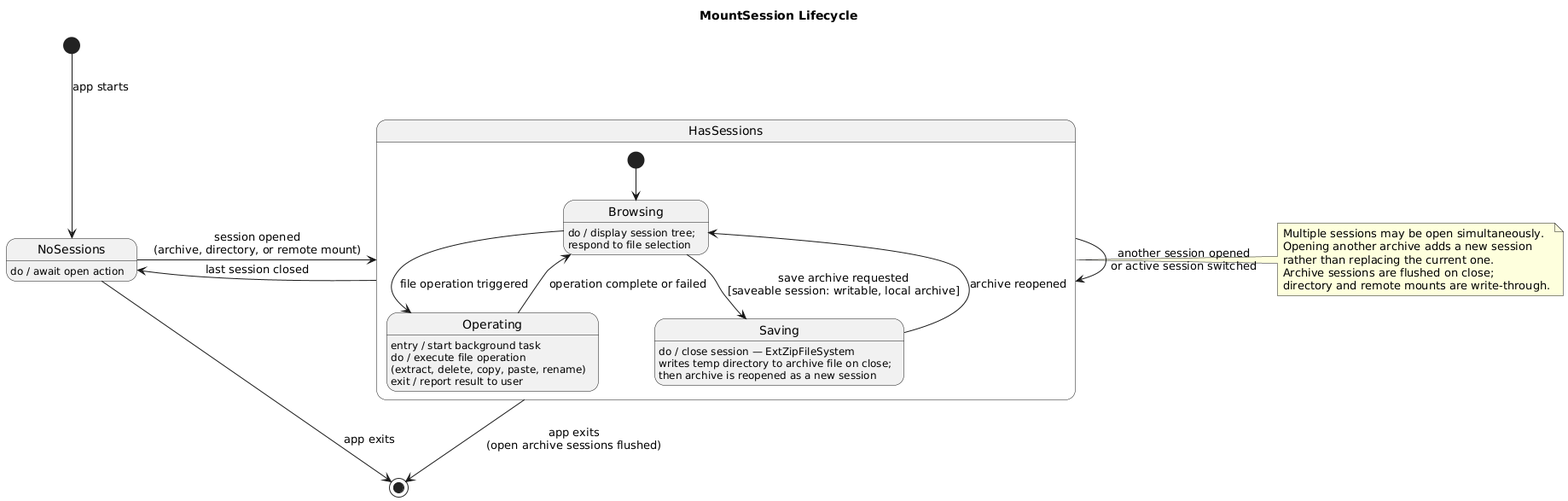
Earlier version of the PlantUML export docs/rendered/state-diagram-archive-lifecycle.png (nikhilr612/weefs).
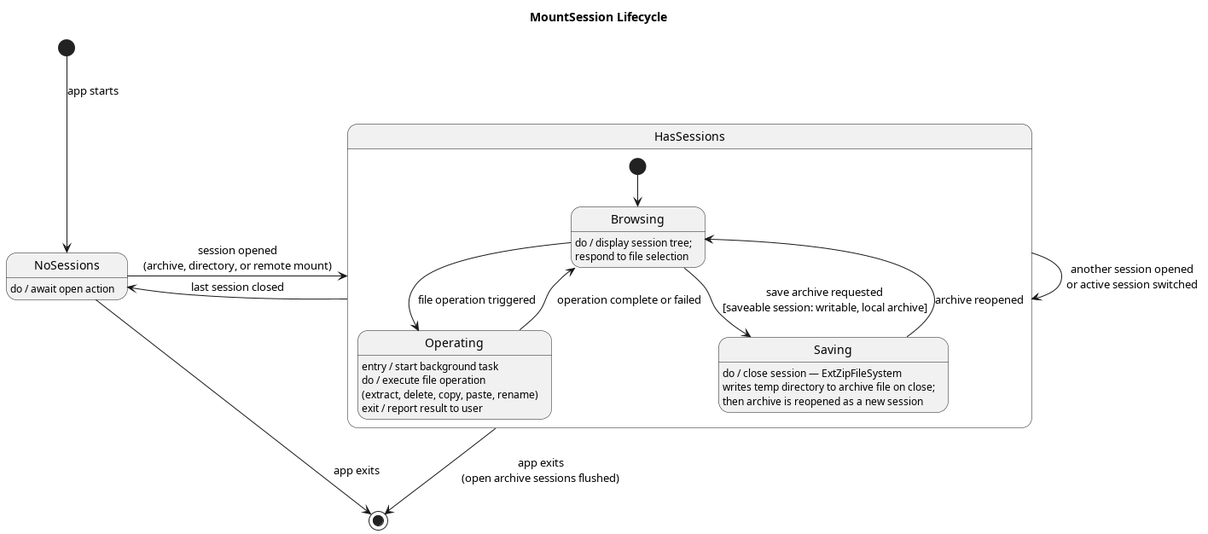
After the commit.

What changed in the source:
```diff
@@ -36,11 +36,4 @@
   Saving    --> Browsing  : archive reopened
 }
 
-note right of HasSessions
-  Multiple sessions may be open simultaneously.
-  Opening another archive adds a new session
-  rather than replacing the current one.
-  Archive sessions are flushed on close;
-  directory and remote mounts are write-through.
-end note
 @enduml
```
